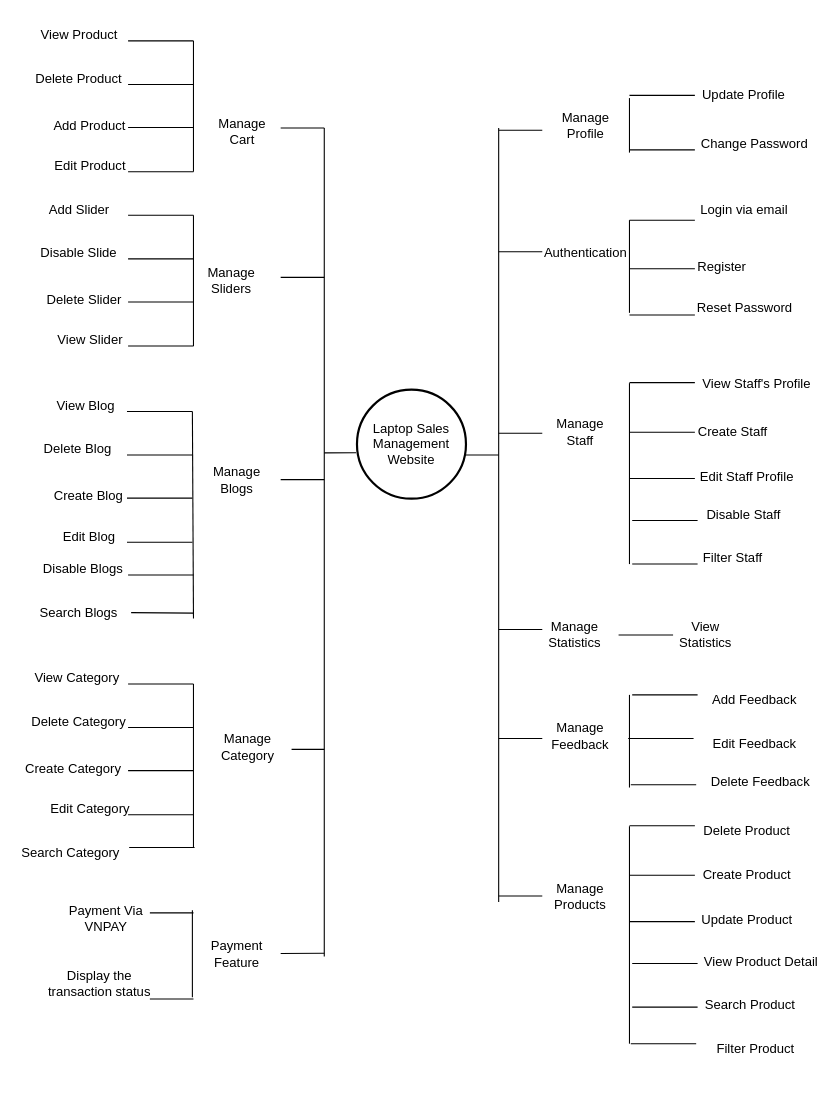
Earlier version of the draw.io diagram page "Trang-4" (4 of 6) of Use-Case.drawio (DungLV2003/SWR). Source tidied: cells renumbered, new cells numbered last; positions are measured from the earlier drawing's top-left corner, leaving out a move shared by most shapes. Both pictures are drawn from the tidied source at 109%, with x=0, y=0 at pixel (19, 19).
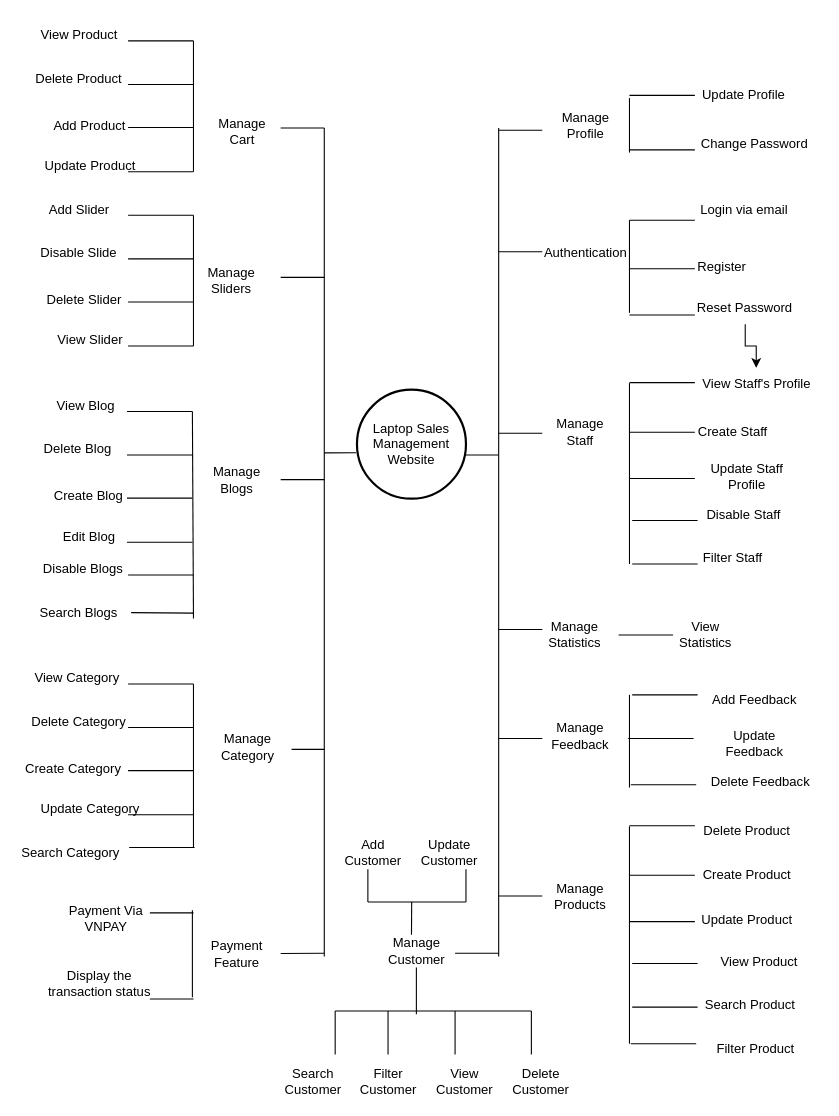
Above is the later version.

Unchanged cells that the change refers to:
```xml
<mxCell id="70" value="Reset Password" style="text;html=1;align=center;verticalAlign=middle;whiteSpace=wrap;rounded=0;" parent="1" vertex="1">
  <mxGeometry x="621.2" y="250" width="90" height="30" as="geometry" />
</mxCell>
<mxCell id="82" value="View Staff's Profile" style="text;html=1;align=center;verticalAlign=middle;whiteSpace=wrap;rounded=0;" parent="1" vertex="1">
  <mxGeometry x="622.5" y="320" width="107.5" height="30" as="geometry" />
</mxCell>
```

The edit, as a diff of the source:
```diff
@@
     <mxCell id="3" style="endArrow=none;html=1;rounded=0;entryX=0;entryY=0.5;entryDx=0;entryDy=0;entryPerimeter=0;" parent="1" edge="1">
       <mxGeometry relative="1" as="geometry">
-        <mxPoint x="440" y="810" as="sourcePoint" />
+        <mxPoint x="440" y="860" as="sourcePoint" />
         <mxPoint x="440" y="100" as="targetPoint" />
       </mxGeometry>
     </mxCell>
@@
-    <mxCell id="17" value="Edit Product" style="text;html=1;align=center;verticalAlign=middle;whiteSpace=wrap;rounded=0;" parent="1" vertex="1">
+    <mxCell id="17" value="Update Product" style="text;html=1;align=center;verticalAlign=middle;whiteSpace=wrap;rounded=0;" parent="1" vertex="1">
       <mxGeometry x="17.5" y="120" width="95" height="30" as="geometry" />
     </mxCell>
@@
-    <mxCell id="54" value="Edit Category" style="text;html=1;align=center;verticalAlign=middle;whiteSpace=wrap;rounded=0;" parent="1" vertex="1">
+    <mxCell id="54" value="Update Category" style="text;html=1;align=center;verticalAlign=middle;whiteSpace=wrap;rounded=0;" parent="1" vertex="1">
       <mxGeometry x="17.5" y="710" width="95" height="30" as="geometry" />
     </mxCell>
@@
+    <mxCell id="122" style="edgeStyle=orthogonalEdgeStyle;rounded=0;jettySize=auto;html=1;" parent="1" edge="1" source="70" target="82">
+      <mxGeometry relative="1" as="geometry" />
+    </mxCell>
@@
-    <mxCell id="79" value="Edit Staff Profile" style="text;html=1;align=center;verticalAlign=middle;whiteSpace=wrap;rounded=0;" parent="1" vertex="1">
+    <mxCell id="79" value="Update Staff Profile" style="text;html=1;align=center;verticalAlign=middle;whiteSpace=wrap;rounded=0;" parent="1" vertex="1">
       <mxGeometry x="622.5" y="405" width="90" height="30" as="geometry" />
     </mxCell>
@@
-    <mxCell id="105" value="Edit Feedback" style="text;html=1;align=center;verticalAlign=middle;whiteSpace=wrap;rounded=0;" parent="1" vertex="1">
+    <mxCell id="105" value="Update Feedback" style="text;html=1;align=center;verticalAlign=middle;whiteSpace=wrap;rounded=0;" parent="1" vertex="1">
       <mxGeometry x="630" y="650" width="90" height="30" as="geometry" />
     </mxCell>
@@
-    <mxCell id="116" value="View Product Detail" style="text;html=1;align=center;verticalAlign=middle;whiteSpace=wrap;rounded=0;" parent="1" vertex="1">
+    <mxCell id="116" value="View Product&amp;nbsp;" style="text;html=1;align=center;verticalAlign=middle;whiteSpace=wrap;rounded=0;" parent="1" vertex="1">
       <mxGeometry x="625.6" y="850" width="110" height="30" as="geometry" />
     </mxCell>
@@
+    <mxCell id="123" style="endArrow=none;html=1;rounded=0;" parent="1" edge="1">
+      <mxGeometry relative="1" as="geometry">
+        <mxPoint x="400" y="857" as="sourcePoint" />
+        <mxPoint x="440" y="857" as="targetPoint" />
+      </mxGeometry>
+    </mxCell>
+    <mxCell id="124" value="Manage&lt;div&gt;Customer&lt;/div&gt;" style="text;html=1;align=center;verticalAlign=middle;whiteSpace=wrap;rounded=0;" parent="1" vertex="1">
+      <mxGeometry x="330" y="840" width="70" height="30" as="geometry" />
+    </mxCell>
+    <mxCell id="125" style="endArrow=none;html=1;rounded=0;" parent="1" edge="1">
+      <mxGeometry relative="1" as="geometry">
+        <mxPoint x="364.5" y="870" as="sourcePoint" />
+        <mxPoint x="364.5" y="913" as="targetPoint" />
+      </mxGeometry>
+    </mxCell>
+    <mxCell id="126" style="endArrow=none;html=1;rounded=0;" parent="1" edge="1">
+      <mxGeometry relative="1" as="geometry">
+        <mxPoint x="290" y="910" as="sourcePoint" />
+        <mxPoint x="470" y="910" as="targetPoint" />
+        <Array as="points">
+          <mxPoint x="360" y="910" />
+        </Array>
+      </mxGeometry>
+    </mxCell>
+    <mxCell id="127" style="endArrow=none;html=1;rounded=0;" parent="1" edge="1">
+      <mxGeometry relative="1" as="geometry">
+        <mxPoint x="290" y="910" as="sourcePoint" />
+        <mxPoint x="290" y="950" as="targetPoint" />
+      </mxGeometry>
+    </mxCell>
+    <mxCell id="128" style="endArrow=none;html=1;rounded=0;" parent="1" edge="1">
+      <mxGeometry relative="1" as="geometry">
+        <mxPoint x="338.5" y="910" as="sourcePoint" />
+        <mxPoint x="338.5" y="950" as="targetPoint" />
+      </mxGeometry>
+    </mxCell>
+    <mxCell id="129" value="Search&lt;div&gt;Customer&lt;/div&gt;" style="text;html=1;align=center;verticalAlign=middle;whiteSpace=wrap;rounded=0;" parent="1" vertex="1">
+      <mxGeometry x="235" y="960" width="70" height="30" as="geometry" />
+    </mxCell>
+    <mxCell id="130" value="Filter Customer" style="text;html=1;align=center;verticalAlign=middle;whiteSpace=wrap;rounded=0;" parent="1" vertex="1">
+      <mxGeometry x="304" y="960" width="70" height="30" as="geometry" />
+    </mxCell>
+    <mxCell id="131" value="View Customer" style="text;html=1;align=center;verticalAlign=middle;whiteSpace=wrap;rounded=0;" parent="1" vertex="1">
+      <mxGeometry x="374" y="960" width="70" height="30" as="geometry" />
+    </mxCell>
+    <mxCell id="132" value="Add Customer" style="text;html=1;align=center;verticalAlign=middle;whiteSpace=wrap;rounded=0;" parent="1" vertex="1">
+      <mxGeometry x="290" y="750" width="70" height="30" as="geometry" />
+    </mxCell>
+    <mxCell id="133" value="Update Customer" style="text;html=1;align=center;verticalAlign=middle;whiteSpace=wrap;rounded=0;" parent="1" vertex="1">
+      <mxGeometry x="360" y="750" width="70" height="30" as="geometry" />
+    </mxCell>
+    <mxCell id="134" value="&lt;div&gt;Delete&lt;/div&gt;&lt;div&gt;Customer&lt;/div&gt;" style="text;html=1;align=center;verticalAlign=middle;whiteSpace=wrap;rounded=0;" parent="1" vertex="1">
+      <mxGeometry x="444" y="960" width="70" height="30" as="geometry" />
+    </mxCell>
+    <mxCell id="135" style="endArrow=none;html=1;rounded=0;" parent="1" edge="1">
+      <mxGeometry relative="1" as="geometry">
+        <mxPoint x="400" y="910" as="sourcePoint" />
+        <mxPoint x="400" y="950" as="targetPoint" />
+      </mxGeometry>
+    </mxCell>
+    <mxCell id="136" style="endArrow=none;html=1;rounded=0;" parent="1" edge="1">
+      <mxGeometry relative="1" as="geometry">
+        <mxPoint x="470" y="910" as="sourcePoint" />
+        <mxPoint x="470" y="950" as="targetPoint" />
+      </mxGeometry>
+    </mxCell>
+    <mxCell id="137" style="endArrow=none;html=1;rounded=0;" parent="1" edge="1">
+      <mxGeometry relative="1" as="geometry">
+        <mxPoint x="360" y="840" as="sourcePoint" />
+        <mxPoint x="360.2" y="810" as="targetPoint" />
+      </mxGeometry>
+    </mxCell>
+    <mxCell id="138" style="endArrow=none;html=1;rounded=0;" parent="1" edge="1">
+      <mxGeometry relative="1" as="geometry">
+        <mxPoint x="320" y="810" as="sourcePoint" />
+        <mxPoint x="410" y="810" as="targetPoint" />
+      </mxGeometry>
+    </mxCell>
+    <mxCell id="139" style="endArrow=none;html=1;rounded=0;" parent="1" edge="1">
+      <mxGeometry relative="1" as="geometry">
+        <mxPoint x="320" y="780" as="sourcePoint" />
+        <mxPoint x="320" y="810" as="targetPoint" />
+      </mxGeometry>
+    </mxCell>
+    <mxCell id="140" style="endArrow=none;html=1;rounded=0;" parent="1" edge="1">
+      <mxGeometry relative="1" as="geometry">
+        <mxPoint x="410" y="780" as="sourcePoint" />
+        <mxPoint x="410" y="810" as="targetPoint" />
+      </mxGeometry>
+    </mxCell>
```
